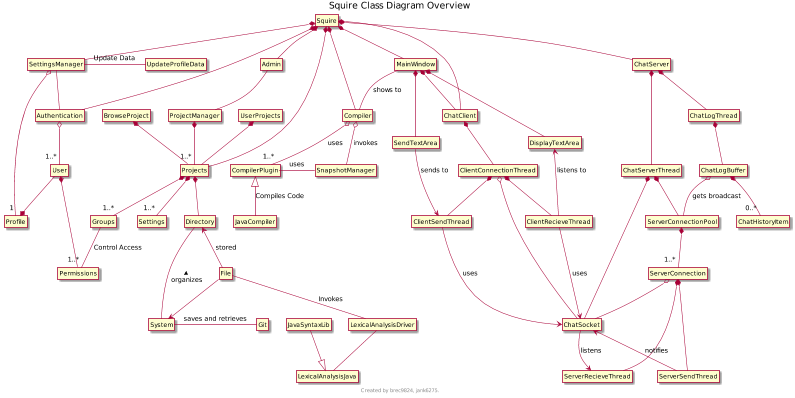
uidaho/cs383 keeps this PlantUML diagram as Deliverables/Master Requirements Specification/diagrams/class-overview.png. Above is the earlier version.
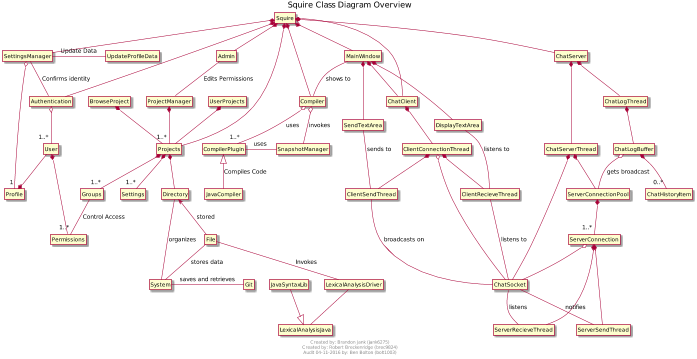
Above is the later version.

What changed in the source:
```diff
@@ -1,10 +1,13 @@
 @startuml
-scale 800 width
+scale max 700 width
 title Squire Class Diagram Overview
 hide circle
 hide members
+
 footer
-Created by brec9824, jank6275.
+Created by: Brandon Jank (jank6275)
+Created by: Robert Breckenridge (brec9824)
+Audit 04-11-2016 by: Ben Bolton (bolt1003)
 endfooter
 
 Squire *-- MainWindow
@@ -21,14 +24,14 @@
 User *-- Permissions
 
 
-SettingsManager -- Authentication
+SettingsManager -- Authentication : Confirms identity
 SettingsManager o-down- "1" Profile
 SettingsManager -right- UpdateProfileData : "Update Data"
 
 
 File -up-> Directory : stored
-Directory -- System :organizes <
-class File --> System
+Directory -- System : organizes
+class File -- System : stores data
 class System - Git : saves and retrieves
 
 
@@ -37,7 +40,7 @@
 LexicalAnalysisJava <|-u- JavaSyntaxLib
 
 
-Admin -- ProjectManager
+Admin -- ProjectManager : Edits Permissions
 ProjectManager *--"1..*" Projects
 Projects *--"1..*" Groups
 Projects *--"1..*" Settings
@@ -53,13 +56,13 @@
 MainWindow *-- DisplayTextArea
 MainWindow *-- SendTextArea
 ChatClient *-- ClientConnectionThread
-DisplayTextArea <-- ClientRecieveThread : listens to
-SendTextArea --> ClientSendThread : sends to
+DisplayTextArea -- ClientRecieveThread : listens to
+SendTextArea -- ClientSendThread : sends to
 ClientConnectionThread o-- ChatSocket
 ClientConnectionThread *-- ClientSendThread
 ClientConnectionThread *-- ClientRecieveThread
-ClientRecieveThread --> ChatSocket : uses
-ClientSendThread --> ChatSocket : uses
+ClientRecieveThread -- ChatSocket : listens to
+ClientSendThread -- ChatSocket : broadcasts on
 
 ChatServer *-- ChatServerThread
 ChatServer *-- ChatLogThread
@@ -72,8 +75,8 @@
 ServerConnection *-- ServerSendThread
 ServerConnection *-- ServerRecieveThread
 ServerConnection o-- ChatSocket
-ChatSocket <-- ServerSendThread : notifies
-ChatSocket --> ServerRecieveThread : listens
+ChatSocket -- ServerSendThread : notifies
+ChatSocket -- ServerRecieveThread : listens
 
 
 MainWindow -- Compiler : shows to
```
